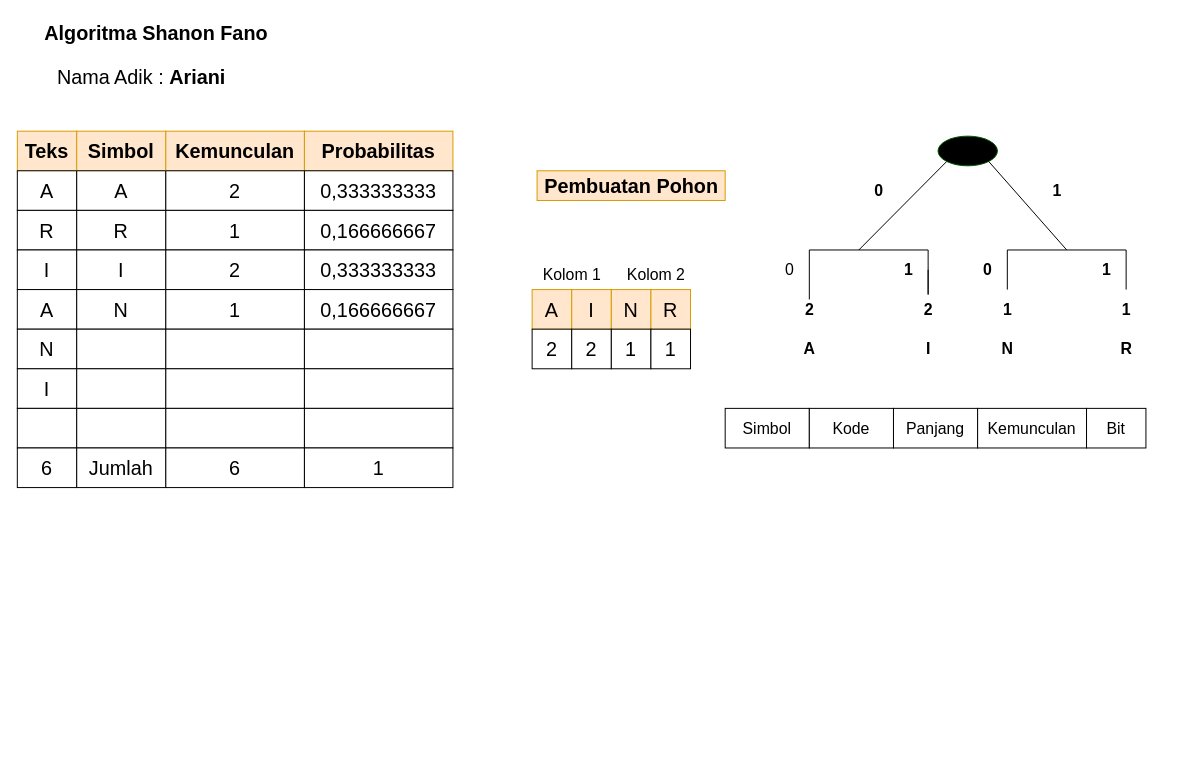
Earlier version of the draw.io diagram page "Nama Adik" (1 of 2) of shanonfano.drawio (lukmanprasetyo/Flowchart-Information-Theory). Source tidied: cells renumbered, new cells numbered last; positions are measured from the earlier drawing's top-left corner, leaving out a move shared by most shapes. Both pictures are drawn from the tidied source at 99%, with x=0, y=0 at pixel (17, 17).
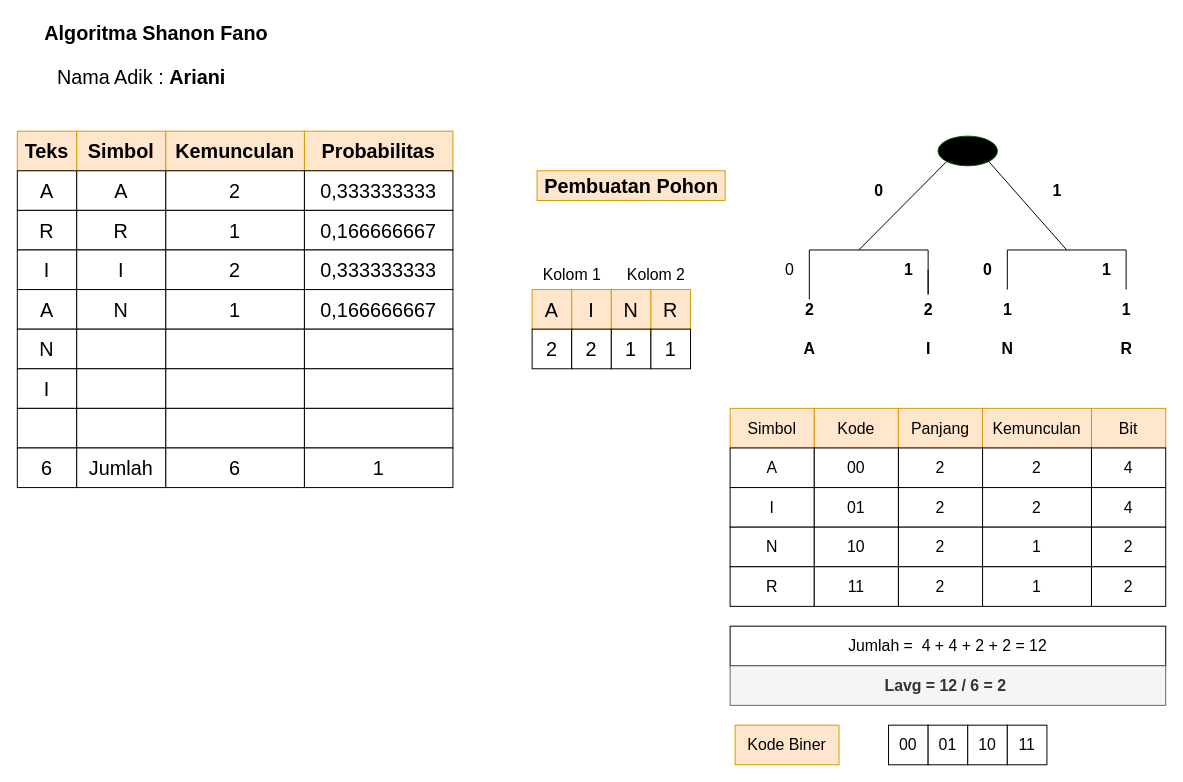
The same diagram, later.

Change to the diagram source:
```diff
@@
-    <mxCell id="74" value="Simbol" style="rounded=0;whiteSpace=wrap;html=1;fontSize=16;align=center;fillColor=#FFFFFF;" parent="1" vertex="1">
-      <mxGeometry x="715" y="395" width="85" height="40" as="geometry" />
+    <mxCell id="74" value="Simbol" style="rounded=0;whiteSpace=wrap;html=1;fontSize=16;align=center;fillColor=#ffe6cc;strokeColor=#d79b00;" parent="1" vertex="1">
+      <mxGeometry x="720" y="395" width="85" height="40" as="geometry" />
     </mxCell>
-    <mxCell id="75" value="Kode" style="rounded=0;whiteSpace=wrap;html=1;fontSize=16;align=center;fillColor=#FFFFFF;" parent="1" vertex="1">
-      <mxGeometry x="800" y="395" width="85" height="40" as="geometry" />
+    <mxCell id="75" value="Kode" style="rounded=0;whiteSpace=wrap;html=1;fontSize=16;align=center;fillColor=#ffe6cc;strokeColor=#d79b00;" parent="1" vertex="1">
+      <mxGeometry x="805" y="395" width="85" height="40" as="geometry" />
     </mxCell>
-    <mxCell id="76" value="Panjang" style="rounded=0;whiteSpace=wrap;html=1;fontSize=16;align=center;fillColor=#FFFFFF;" parent="1" vertex="1">
-      <mxGeometry x="885" y="395" width="85" height="40" as="geometry" />
+    <mxCell id="76" value="Panjang" style="rounded=0;whiteSpace=wrap;html=1;fontSize=16;align=center;fillColor=#ffe6cc;strokeColor=#d79b00;" parent="1" vertex="1">
+      <mxGeometry x="890" y="395" width="85" height="40" as="geometry" />
     </mxCell>
-    <mxCell id="77" value="Kemunculan" style="rounded=0;whiteSpace=wrap;html=1;fontSize=16;align=center;fillColor=#FFFFFF;" parent="1" vertex="1">
-      <mxGeometry x="970" y="395" width="110" height="40" as="geometry" />
+    <mxCell id="77" value="Kemunculan" style="rounded=0;whiteSpace=wrap;html=1;fontSize=16;align=center;fillColor=#ffe6cc;strokeColor=#d79b00;" parent="1" vertex="1">
+      <mxGeometry x="975" y="395" width="110" height="40" as="geometry" />
     </mxCell>
-    <mxCell id="78" value="Bit" style="rounded=0;whiteSpace=wrap;html=1;fontSize=16;align=center;fillColor=#FFFFFF;" parent="1" vertex="1">
-      <mxGeometry x="1080" y="395" width="60" height="40" as="geometry" />
+    <mxCell id="78" value="Bit" style="rounded=0;whiteSpace=wrap;html=1;fontSize=16;align=center;fillColor=#ffe6cc;strokeColor=#d79b00;" parent="1" vertex="1">
+      <mxGeometry x="1085" y="395" width="75" height="40" as="geometry" />
     </mxCell>
+    <mxCell id="79" value="A" style="rounded=0;whiteSpace=wrap;html=1;fontSize=16;align=center;fillColor=#FFFFFF;" parent="1" vertex="1">
+      <mxGeometry x="720" y="435" width="85" height="40" as="geometry" />
+    </mxCell>
+    <mxCell id="80" value="00" style="rounded=0;whiteSpace=wrap;html=1;fontSize=16;align=center;fillColor=#FFFFFF;" parent="1" vertex="1">
+      <mxGeometry x="805" y="435" width="85" height="40" as="geometry" />
+    </mxCell>
+    <mxCell id="81" value="2" style="rounded=0;whiteSpace=wrap;html=1;fontSize=16;align=center;fillColor=#FFFFFF;" parent="1" vertex="1">
+      <mxGeometry x="890" y="435" width="85" height="40" as="geometry" />
+    </mxCell>
+    <mxCell id="82" value="2" style="rounded=0;whiteSpace=wrap;html=1;fontSize=16;align=center;fillColor=#FFFFFF;" parent="1" vertex="1">
+      <mxGeometry x="975" y="435" width="110" height="40" as="geometry" />
+    </mxCell>
+    <mxCell id="83" value="4" style="rounded=0;whiteSpace=wrap;html=1;fontSize=16;align=center;fillColor=#FFFFFF;" parent="1" vertex="1">
+      <mxGeometry x="1085" y="435" width="75" height="40" as="geometry" />
+    </mxCell>
+    <mxCell id="84" value="I" style="rounded=0;whiteSpace=wrap;html=1;fontSize=16;align=center;fillColor=#FFFFFF;" parent="1" vertex="1">
+      <mxGeometry x="720" y="475" width="85" height="40" as="geometry" />
+    </mxCell>
+    <mxCell id="85" value="01" style="rounded=0;whiteSpace=wrap;html=1;fontSize=16;align=center;fillColor=#FFFFFF;" parent="1" vertex="1">
+      <mxGeometry x="805" y="475" width="85" height="40" as="geometry" />
+    </mxCell>
+    <mxCell id="86" value="2" style="rounded=0;whiteSpace=wrap;html=1;fontSize=16;align=center;fillColor=#FFFFFF;" parent="1" vertex="1">
+      <mxGeometry x="890" y="475" width="85" height="40" as="geometry" />
+    </mxCell>
+    <mxCell id="87" value="2" style="rounded=0;whiteSpace=wrap;html=1;fontSize=16;align=center;fillColor=#FFFFFF;" parent="1" vertex="1">
+      <mxGeometry x="975" y="475" width="110" height="40" as="geometry" />
+    </mxCell>
+    <mxCell id="88" value="4" style="rounded=0;whiteSpace=wrap;html=1;fontSize=16;align=center;fillColor=#FFFFFF;" parent="1" vertex="1">
+      <mxGeometry x="1085" y="475" width="75" height="40" as="geometry" />
+    </mxCell>
+    <mxCell id="89" value="N" style="rounded=0;whiteSpace=wrap;html=1;fontSize=16;align=center;fillColor=#FFFFFF;" parent="1" vertex="1">
+      <mxGeometry x="720" y="515" width="85" height="40" as="geometry" />
+    </mxCell>
+    <mxCell id="90" value="10" style="rounded=0;whiteSpace=wrap;html=1;fontSize=16;align=center;fillColor=#FFFFFF;" parent="1" vertex="1">
+      <mxGeometry x="805" y="515" width="85" height="40" as="geometry" />
+    </mxCell>
+    <mxCell id="91" value="2" style="rounded=0;whiteSpace=wrap;html=1;fontSize=16;align=center;fillColor=#FFFFFF;" parent="1" vertex="1">
+      <mxGeometry x="890" y="515" width="85" height="40" as="geometry" />
+    </mxCell>
+    <mxCell id="92" value="1" style="rounded=0;whiteSpace=wrap;html=1;fontSize=16;align=center;fillColor=#FFFFFF;" parent="1" vertex="1">
+      <mxGeometry x="975" y="515" width="110" height="40" as="geometry" />
+    </mxCell>
+    <mxCell id="93" value="2" style="rounded=0;whiteSpace=wrap;html=1;fontSize=16;align=center;fillColor=#FFFFFF;" parent="1" vertex="1">
+      <mxGeometry x="1085" y="515" width="75" height="40" as="geometry" />
+    </mxCell>
+    <mxCell id="94" value="R" style="rounded=0;whiteSpace=wrap;html=1;fontSize=16;align=center;fillColor=#FFFFFF;" parent="1" vertex="1">
+      <mxGeometry x="720" y="555" width="85" height="40" as="geometry" />
+    </mxCell>
+    <mxCell id="95" value="11" style="rounded=0;whiteSpace=wrap;html=1;fontSize=16;align=center;fillColor=#FFFFFF;" parent="1" vertex="1">
+      <mxGeometry x="805" y="555" width="85" height="40" as="geometry" />
+    </mxCell>
+    <mxCell id="96" value="2" style="rounded=0;whiteSpace=wrap;html=1;fontSize=16;align=center;fillColor=#FFFFFF;" parent="1" vertex="1">
+      <mxGeometry x="890" y="555" width="85" height="40" as="geometry" />
+    </mxCell>
+    <mxCell id="97" value="1" style="rounded=0;whiteSpace=wrap;html=1;fontSize=16;align=center;fillColor=#FFFFFF;" parent="1" vertex="1">
+      <mxGeometry x="975" y="555" width="110" height="40" as="geometry" />
+    </mxCell>
+    <mxCell id="98" value="2" style="rounded=0;whiteSpace=wrap;html=1;fontSize=16;align=center;fillColor=#FFFFFF;" parent="1" vertex="1">
+      <mxGeometry x="1085" y="555" width="75" height="40" as="geometry" />
+    </mxCell>
+    <mxCell id="99" value="Jumlah =&amp;nbsp; 4 + 4 + 2 + 2 = 12" style="rounded=0;whiteSpace=wrap;html=1;fillColor=#FFFFFF;fontSize=16;align=center;" parent="1" vertex="1">
+      <mxGeometry x="720" y="615" width="440" height="40" as="geometry" />
+    </mxCell>
+    <mxCell id="100" value="Lavg = 12 / 6 = 2&amp;nbsp;" style="rounded=0;whiteSpace=wrap;html=1;fillColor=#f5f5f5;fontSize=16;align=center;strokeColor=#666666;fontColor=#333333;fontStyle=1;" parent="1" vertex="1">
+      <mxGeometry x="720" y="655" width="440" height="40" as="geometry" />
+    </mxCell>
+    <mxCell id="101" value="Kode Biner" style="rounded=0;whiteSpace=wrap;html=1;fontSize=16;align=center;fillColor=#ffe6cc;strokeColor=#d79b00;" parent="1" vertex="1">
+      <mxGeometry x="725" y="715" width="105" height="40" as="geometry" />
+    </mxCell>
+    <mxCell id="102" value="00" style="rounded=0;whiteSpace=wrap;html=1;fontSize=16;align=center;fillColor=#FFFFFF;" parent="1" vertex="1">
+      <mxGeometry x="880" y="715" width="40" height="40" as="geometry" />
+    </mxCell>
+    <mxCell id="103" value="01" style="rounded=0;whiteSpace=wrap;html=1;fontSize=16;align=center;fillColor=#FFFFFF;" parent="1" vertex="1">
+      <mxGeometry x="920" y="715" width="40" height="40" as="geometry" />
+    </mxCell>
+    <mxCell id="104" value="10" style="rounded=0;whiteSpace=wrap;html=1;fontSize=16;align=center;fillColor=#FFFFFF;" parent="1" vertex="1">
+      <mxGeometry x="960" y="715" width="40" height="40" as="geometry" />
+    </mxCell>
+    <mxCell id="105" value="11" style="rounded=0;whiteSpace=wrap;html=1;fontSize=16;align=center;fillColor=#FFFFFF;" parent="1" vertex="1">
+      <mxGeometry x="1000" y="715" width="40" height="40" as="geometry" />
+    </mxCell>
```
